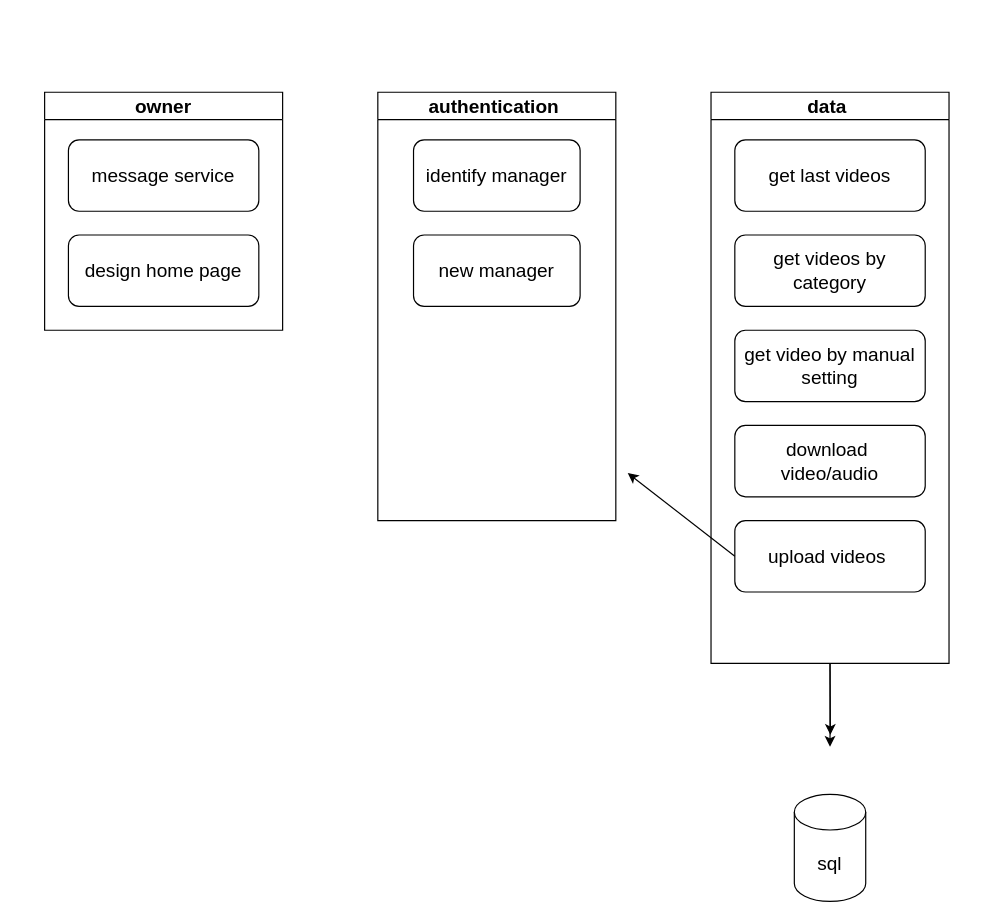
This is server/tset.Drawio from ariSegal650/kolell_project, a draw.io file, before an edit. Source tidied: cells renumbered, new cells numbered last; positions are measured from the earlier drawing's top-left corner, leaving out a move shared by most shapes. Both pictures are drawn from the tidied source at 119%, with x=0, y=0 at pixel (44, 92).
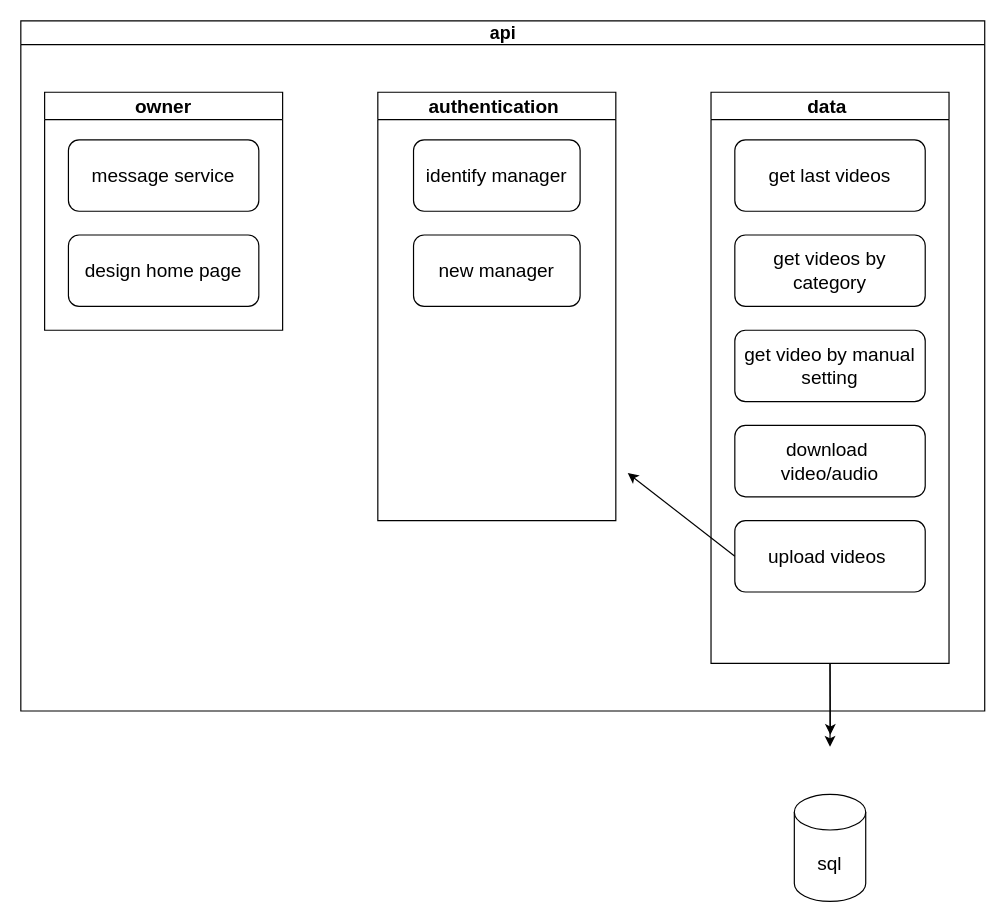
The same page after the edit.

The edit, as a diff of the source:
```diff
@@
+    <mxCell id="18" value="&lt;font style=&quot;font-size: 15px;&quot;&gt;api&lt;/font&gt;" style="swimlane;startSize=20;html=1;" parent="1" vertex="1">
+      <mxGeometry x="-20" y="-60" width="810" height="580" as="geometry" />
+    </mxCell>
```
